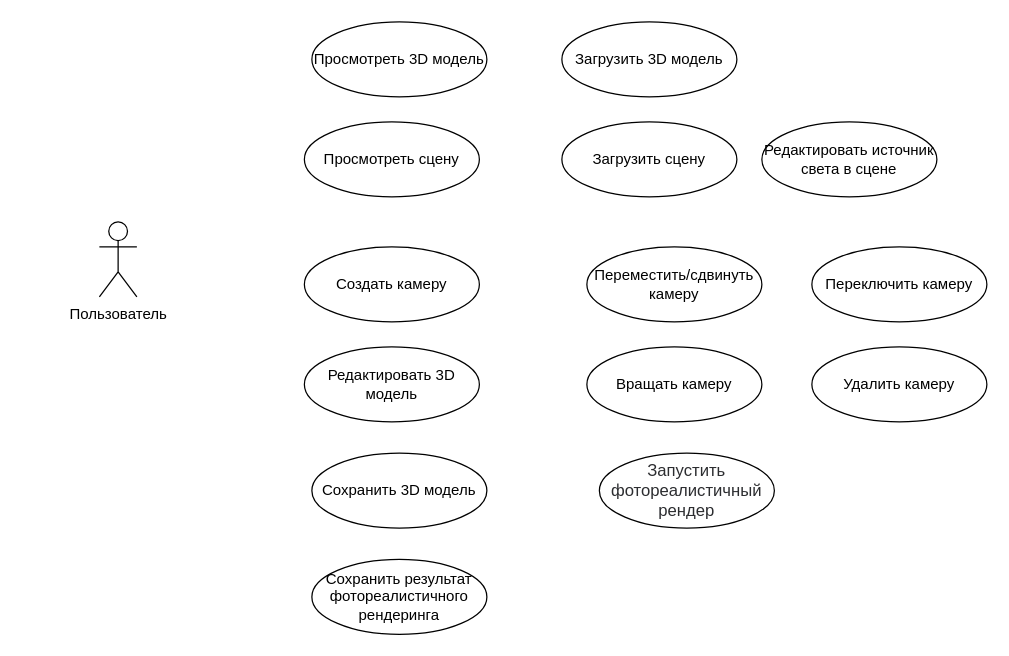
Above: module_2/Use Case Diagram.drawio in SheinEA/gb_architect (draw.io), before the change. Source tidied: cells renumbered, new cells numbered last; positions are measured from the earlier drawing's top-left corner, leaving out a move shared by most shapes. Both pictures are drawn from the tidied source at 125%, with x=0, y=0 at pixel (99, 21).
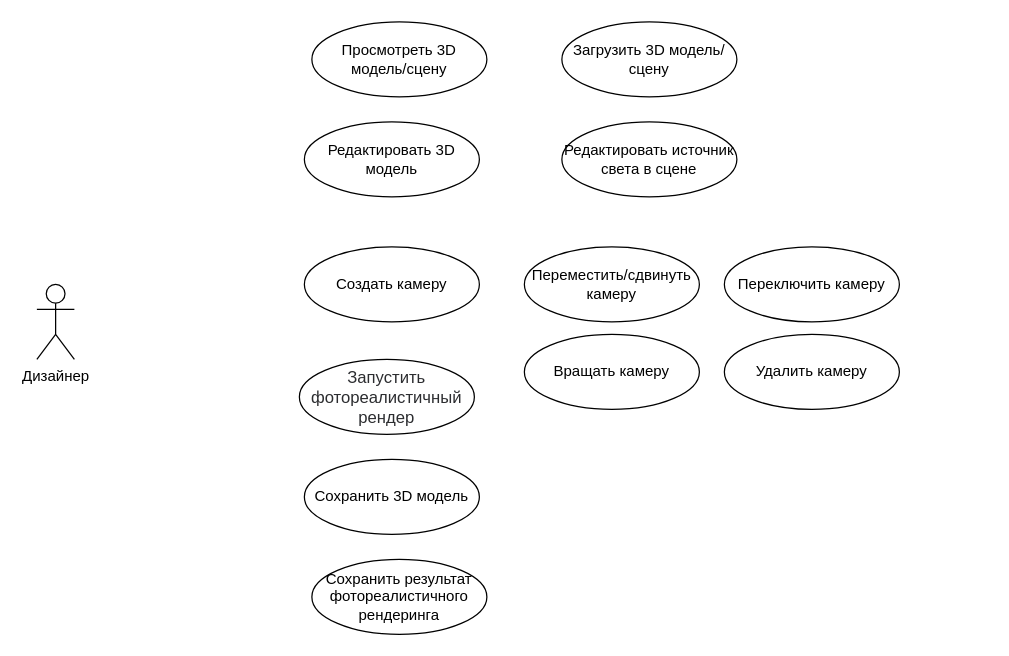
The same diagram, later.

Diff of the diagram source:
```diff
@@
 <mxGraphModel>
   <root>
     <mxCell id="0" />
     <mxCell id="1" parent="0" />
-    <mxCell id="2" value="Загрузить 3D модель" style="ellipse;whiteSpace=wrap;html=1;" parent="1" vertex="1">
+    <mxCell id="2" value="Загрузить 3D модель/сцену" style="ellipse;whiteSpace=wrap;html=1;" parent="1" vertex="1">
       <mxGeometry x="370" width="140" height="60" as="geometry" />
     </mxCell>
-    <mxCell id="3" value="Пользователь" style="shape=umlActor;verticalLabelPosition=bottom;verticalAlign=top;html=1;" parent="1" vertex="1">
-      <mxGeometry y="160" width="30" height="60" as="geometry" />
+    <mxCell id="3" value="Дизайнер" style="shape=umlActor;verticalLabelPosition=bottom;verticalAlign=top;html=1;" parent="1" vertex="1">
+      <mxGeometry x="-50" y="210" width="30" height="60" as="geometry" />
     </mxCell>
-    <mxCell id="4" value="Загрузить сцену" style="ellipse;whiteSpace=wrap;html=1;" parent="1" vertex="1">
-      <mxGeometry x="370" y="80" width="140" height="60" as="geometry" />
-    </mxCell>
-    <mxCell id="5" value="Просмотреть 3D модель" style="ellipse;whiteSpace=wrap;html=1;" parent="1" vertex="1">
+    <mxCell id="5" value="Просмотреть 3D модель/сцену" style="ellipse;whiteSpace=wrap;html=1;" parent="1" vertex="1">
       <mxGeometry x="170" width="140" height="60" as="geometry" />
     </mxCell>
-    <mxCell id="6" value="Просмотреть сцену" style="ellipse;whiteSpace=wrap;html=1;" parent="1" vertex="1">
-      <mxGeometry x="164" y="80" width="140" height="60" as="geometry" />
-    </mxCell>
     <mxCell id="7" value="Создать камеру" style="ellipse;whiteSpace=wrap;html=1;" parent="1" vertex="1">
       <mxGeometry x="164" y="180" width="140" height="60" as="geometry" />
     </mxCell>
     <mxCell id="8" value="Редактировать 3D модель" style="ellipse;whiteSpace=wrap;html=1;" parent="1" vertex="1">
-      <mxGeometry x="164" y="260" width="140" height="60" as="geometry" />
+      <mxGeometry x="164" y="80" width="140" height="60" as="geometry" />
     </mxCell>
     <mxCell id="9" value="Сохранить 3D модель" style="ellipse;whiteSpace=wrap;html=1;" parent="1" vertex="1">
-      <mxGeometry x="170" y="345" width="140" height="60" as="geometry" />
+      <mxGeometry x="164" y="350" width="140" height="60" as="geometry" />
     </mxCell>
     <mxCell id="10" value="Сохранить результат фотореалистичного рендеринга" style="ellipse;whiteSpace=wrap;html=1;" parent="1" vertex="1">
       <mxGeometry x="170" y="430" width="140" height="60" as="geometry" />
     </mxCell>
     <mxCell id="11" value="Переместить/сдвинуть камеру" style="ellipse;whiteSpace=wrap;html=1;" parent="1" vertex="1">
-      <mxGeometry x="390" y="180" width="140" height="60" as="geometry" />
+      <mxGeometry x="340" y="180" width="140" height="60" as="geometry" />
     </mxCell>
     <mxCell id="12" value="Вращать камеру" style="ellipse;whiteSpace=wrap;html=1;" parent="1" vertex="1">
-      <mxGeometry x="390" y="260" width="140" height="60" as="geometry" />
+      <mxGeometry x="340" y="250" width="140" height="60" as="geometry" />
     </mxCell>
     <mxCell id="13" value="Переключить камеру" style="ellipse;whiteSpace=wrap;html=1;" parent="1" vertex="1">
-      <mxGeometry x="570" y="180" width="140" height="60" as="geometry" />
+      <mxGeometry x="500" y="180" width="140" height="60" as="geometry" />
     </mxCell>
     <mxCell id="14" value="Удалить камеру" style="ellipse;whiteSpace=wrap;html=1;" parent="1" vertex="1">
-      <mxGeometry x="570" y="260" width="140" height="60" as="geometry" />
+      <mxGeometry x="500" y="250" width="140" height="60" as="geometry" />
     </mxCell>
     <mxCell id="15" value="Редактировать источник света в сцене" style="ellipse;whiteSpace=wrap;html=1;" parent="1" vertex="1">
-      <mxGeometry x="530" y="80" width="140" height="60" as="geometry" />
+      <mxGeometry x="370" y="80" width="140" height="60" as="geometry" />
     </mxCell>
     <mxCell id="16" value="&lt;span id=&quot;docs-internal-guid-07935baf-7fff-c7c5-6f66-7052401fd73c&quot;&gt;&lt;span style=&quot;font-size: 10pt ; font-family: &amp;#34;arial&amp;#34; ; color: rgb(44 , 45 , 48) ; background-color: transparent ; vertical-align: baseline&quot;&gt;Запустить фотореалистичный рендер&lt;/span&gt;&lt;/span&gt;" style="ellipse;whiteSpace=wrap;html=1;" parent="1" vertex="1">
-      <mxGeometry x="400" y="345" width="140" height="60" as="geometry" />
+      <mxGeometry x="160" y="270" width="140" height="60" as="geometry" />
     </mxCell>
   </root>
 </mxGraphModel>
```
